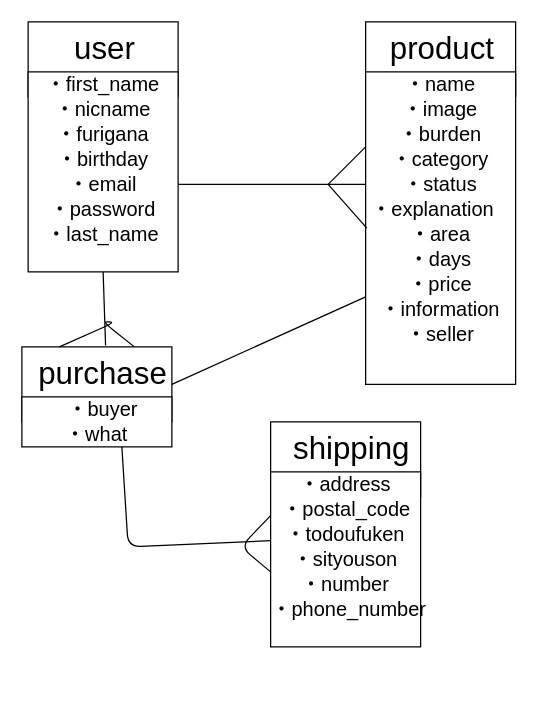
Above: zu.dio in sojiro1208/furima-35250 (draw.io), before the change. Source tidied: cells renumbered, new cells numbered last; positions are measured from the earlier drawing's top-left corner, leaving out a move shared by most shapes. Both pictures are drawn from the tidied source at 125%, with x=0, y=0 at pixel (21, 21).
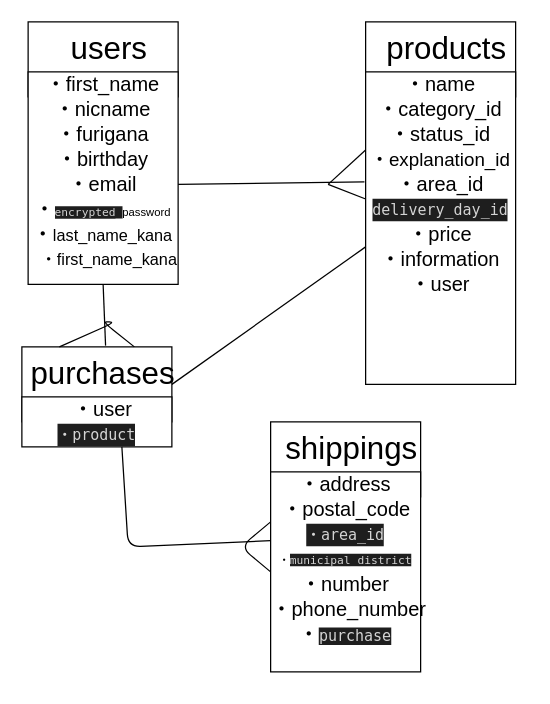
Above is the later version.

Unchanged cells that the change refers to:
```xml
<mxCell id="7" value="&lt;font style=&quot;font-size: 16px&quot;&gt;・email&lt;br&gt;&lt;/font&gt;" style="text;html=1;strokeColor=none;fillColor=none;align=center;verticalAlign=middle;whiteSpace=wrap;rounded=0;fontFamily=Helvetica;" parent="1" vertex="1">
  <mxGeometry x="5" y="120" width="120" height="20" as="geometry" />
</mxCell>
<mxCell id="13" style="rounded=0;whiteSpace=wrap;html=1;fontFamily=Helvetica;" parent="1" vertex="1">
  <mxGeometry x="275" y="40" width="120" height="250" as="geometry" />
</mxCell>
```

The edit, as a diff of the source:
```diff
@@
     <mxCell id="3" style="rounded=0;whiteSpace=wrap;html=1;" parent="1" vertex="1">
-      <mxGeometry x="5" y="40" width="120" height="160" as="geometry" />
+      <mxGeometry x="5" y="40" width="120" height="170" as="geometry" />
     </mxCell>
-    <mxCell id="4" value="&lt;font style=&quot;font-size: 25px&quot;&gt;user&amp;nbsp;&lt;/font&gt;" style="text;html=1;strokeColor=none;fillColor=none;align=center;verticalAlign=middle;whiteSpace=wrap;rounded=0;fontFamily=Helvetica;" parent="1" vertex="1">
+    <mxCell id="4" value="&lt;font style=&quot;font-size: 25px&quot;&gt;users&lt;/font&gt;" style="text;html=1;strokeColor=none;fillColor=none;align=center;verticalAlign=middle;whiteSpace=wrap;rounded=0;fontFamily=Helvetica;" parent="1" vertex="1">
       <mxGeometry x="5" y="10" width="130" height="20" as="geometry" />
     </mxCell>
@@
-    <mxCell id="8" value="&lt;span style=&quot;font-size: 16px&quot;&gt;・password&lt;/span&gt;" style="text;html=1;strokeColor=none;fillColor=none;align=center;verticalAlign=middle;whiteSpace=wrap;rounded=0;fontFamily=Helvetica;" parent="1" vertex="1">
+    <mxCell id="8" value="&lt;span style=&quot;font-size: 16px&quot;&gt;・&lt;/span&gt;&lt;font style=&quot;font-size: 9px&quot;&gt;&lt;span style=&quot;background-color: rgb(30 , 30 , 30) ; color: rgb(212 , 212 , 212) ; font-family: &amp;#34;menlo&amp;#34; , &amp;#34;monaco&amp;#34; , &amp;#34;courier new&amp;#34; , monospace&quot;&gt;encrypted_&lt;/span&gt;&lt;span&gt;password&lt;/span&gt;&lt;/font&gt;" style="text;html=1;strokeColor=none;fillColor=none;align=center;verticalAlign=middle;whiteSpace=wrap;rounded=0;fontFamily=Helvetica;" parent="1" vertex="1">
       <mxGeometry x="5" y="140" width="120" height="20" as="geometry" />
     </mxCell>
@@
-    <mxCell id="14" value="&lt;font style=&quot;font-size: 25px&quot;&gt;product&amp;nbsp;&lt;/font&gt;" style="text;html=1;strokeColor=none;fillColor=none;align=center;verticalAlign=middle;whiteSpace=wrap;rounded=0;fontFamily=Helvetica;" parent="1" vertex="1">
+    <mxCell id="14" value="&lt;font style=&quot;font-size: 25px&quot;&gt;products&lt;/font&gt;" style="text;html=1;strokeColor=none;fillColor=none;align=center;verticalAlign=middle;whiteSpace=wrap;rounded=0;fontFamily=Helvetica;" parent="1" vertex="1">
       <mxGeometry x="275" y="10" width="130" height="20" as="geometry" />
     </mxCell>
@@
-    <mxCell id="16" value="&lt;span style=&quot;font-size: 16px&quot;&gt;・status&lt;/span&gt;" style="text;html=1;strokeColor=none;fillColor=none;align=center;verticalAlign=middle;whiteSpace=wrap;rounded=0;fontFamily=Helvetica;" parent="1" vertex="1">
-      <mxGeometry x="275" y="120" width="120" height="20" as="geometry" />
+    <mxCell id="16" value="&lt;span style=&quot;font-size: 16px&quot;&gt;・status_id&lt;/span&gt;" style="text;html=1;strokeColor=none;fillColor=none;align=center;verticalAlign=middle;whiteSpace=wrap;rounded=0;fontFamily=Helvetica;" parent="1" vertex="1">
+      <mxGeometry x="275" y="80" width="120" height="20" as="geometry" />
     </mxCell>
-    <mxCell id="17" value="&lt;span style=&quot;font-size: 16px&quot;&gt;・category&lt;/span&gt;" style="text;html=1;strokeColor=none;fillColor=none;align=center;verticalAlign=middle;whiteSpace=wrap;rounded=0;fontFamily=Helvetica;" parent="1" vertex="1">
-      <mxGeometry x="275" y="100" width="120" height="20" as="geometry" />
+    <mxCell id="17" value="&lt;span style=&quot;font-size: 16px&quot;&gt;・category_id&lt;/span&gt;" style="text;html=1;strokeColor=none;fillColor=none;align=center;verticalAlign=middle;whiteSpace=wrap;rounded=0;fontFamily=Helvetica;" parent="1" vertex="1">
+      <mxGeometry x="275" y="60" width="120" height="20" as="geometry" />
     </mxCell>
-    <mxCell id="18" value="&lt;span style=&quot;font-size: 16px&quot;&gt;・burden&lt;/span&gt;" style="text;html=1;strokeColor=none;fillColor=none;align=center;verticalAlign=middle;whiteSpace=wrap;rounded=0;fontFamily=Helvetica;" parent="1" vertex="1">
-      <mxGeometry x="275" y="80" width="120" height="20" as="geometry" />
-    </mxCell>
-    <mxCell id="19" value="&lt;span style=&quot;font-size: 16px&quot;&gt;・image&lt;/span&gt;" style="text;html=1;strokeColor=none;fillColor=none;align=center;verticalAlign=middle;whiteSpace=wrap;rounded=0;fontFamily=Helvetica;" parent="1" vertex="1">
-      <mxGeometry x="275" y="60" width="120" height="20" as="geometry" />
-    </mxCell>
-    <mxCell id="20" value="&lt;span style=&quot;font-size: 16px&quot;&gt;・last_name&lt;/span&gt;" style="text;html=1;strokeColor=none;fillColor=none;align=center;verticalAlign=middle;whiteSpace=wrap;rounded=0;fontFamily=Helvetica;" parent="1" vertex="1">
+    <mxCell id="20" value="&lt;span style=&quot;font-size: 16px&quot;&gt;・&lt;/span&gt;&lt;font style=&quot;font-size: 13px&quot;&gt;last_name_kana&lt;/font&gt;" style="text;html=1;strokeColor=none;fillColor=none;align=center;verticalAlign=middle;whiteSpace=wrap;rounded=0;fontFamily=Helvetica;" parent="1" vertex="1">
       <mxGeometry x="5" y="160" width="120" height="20" as="geometry" />
     </mxCell>
-    <mxCell id="21" value="&lt;font style=&quot;font-size: 16px&quot;&gt;・days&lt;br&gt;&lt;/font&gt;" style="text;html=1;strokeColor=none;fillColor=none;align=center;verticalAlign=middle;whiteSpace=wrap;rounded=0;fontFamily=Helvetica;" parent="1" vertex="1">
-      <mxGeometry x="275" y="180" width="120" height="20" as="geometry" />
+    <mxCell id="21" value="&lt;font style=&quot;font-size: 16px&quot;&gt;&lt;div style=&quot;color: rgb(212 , 212 , 212) ; background-color: rgb(30 , 30 , 30) ; font-family: &amp;#34;menlo&amp;#34; , &amp;#34;monaco&amp;#34; , &amp;#34;courier new&amp;#34; , monospace ; font-size: 12px ; line-height: 18px&quot;&gt;delivery_day_id&lt;/div&gt;&lt;/font&gt;" style="text;html=1;strokeColor=none;fillColor=none;align=center;verticalAlign=middle;whiteSpace=wrap;rounded=0;fontFamily=Helvetica;" parent="1" vertex="1">
+      <mxGeometry x="275" y="140" width="120" height="20" as="geometry" />
     </mxCell>
-    <mxCell id="22" value="&lt;font style=&quot;font-size: 16px&quot;&gt;・area&lt;br&gt;&lt;/font&gt;" style="text;html=1;strokeColor=none;fillColor=none;align=center;verticalAlign=middle;whiteSpace=wrap;rounded=0;fontFamily=Helvetica;" parent="1" vertex="1">
-      <mxGeometry x="275" y="160" width="120" height="20" as="geometry" />
+    <mxCell id="22" value="&lt;font style=&quot;font-size: 16px&quot;&gt;・area_id&lt;br&gt;&lt;/font&gt;" style="text;html=1;strokeColor=none;fillColor=none;align=center;verticalAlign=middle;whiteSpace=wrap;rounded=0;fontFamily=Helvetica;" parent="1" vertex="1">
+      <mxGeometry x="275" y="120" width="120" height="20" as="geometry" />
     </mxCell>
-    <mxCell id="23" value="&lt;font style=&quot;font-size: 16px&quot;&gt;・explanation&lt;br&gt;&lt;/font&gt;" style="text;html=1;strokeColor=none;fillColor=none;align=center;verticalAlign=middle;whiteSpace=wrap;rounded=0;fontFamily=Helvetica;" parent="1" vertex="1">
-      <mxGeometry x="269" y="140" width="120" height="20" as="geometry" />
+    <mxCell id="23" value="&lt;font&gt;&lt;font style=&quot;font-size: 15px&quot;&gt;・explanation_id&lt;/font&gt;&lt;br&gt;&lt;/font&gt;" style="text;html=1;strokeColor=none;fillColor=none;align=center;verticalAlign=middle;whiteSpace=wrap;rounded=0;fontFamily=Helvetica;" parent="1" vertex="1">
+      <mxGeometry x="275" y="100" width="120" height="20" as="geometry" />
     </mxCell>
-    <mxCell id="24" value="&lt;font style=&quot;font-size: 16px&quot;&gt;・seller&lt;br&gt;&lt;/font&gt;" style="text;html=1;strokeColor=none;fillColor=none;align=center;verticalAlign=middle;whiteSpace=wrap;rounded=0;fontFamily=Helvetica;" parent="1" vertex="1">
-      <mxGeometry x="275" y="240" width="120" height="20" as="geometry" />
+    <mxCell id="24" value="&lt;font style=&quot;font-size: 16px&quot;&gt;・user&lt;br&gt;&lt;/font&gt;" style="text;html=1;strokeColor=none;fillColor=none;align=center;verticalAlign=middle;whiteSpace=wrap;rounded=0;fontFamily=Helvetica;" parent="1" vertex="1">
+      <mxGeometry x="275" y="200" width="120" height="20" as="geometry" />
     </mxCell>
     <mxCell id="25" value="&lt;font style=&quot;font-size: 16px&quot;&gt;・information&lt;br&gt;&lt;/font&gt;" style="text;html=1;strokeColor=none;fillColor=none;align=center;verticalAlign=middle;whiteSpace=wrap;rounded=0;fontFamily=Helvetica;" parent="1" vertex="1">
-      <mxGeometry x="275" y="220" width="120" height="20" as="geometry" />
+      <mxGeometry x="275" y="180" width="120" height="20" as="geometry" />
     </mxCell>
     <mxCell id="26" value="&lt;font style=&quot;font-size: 16px&quot;&gt;・price&lt;br&gt;&lt;/font&gt;" style="text;html=1;strokeColor=none;fillColor=none;align=center;verticalAlign=middle;whiteSpace=wrap;rounded=0;fontFamily=Helvetica;" parent="1" vertex="1">
-      <mxGeometry x="275" y="200" width="120" height="20" as="geometry" />
+      <mxGeometry x="275" y="160" width="120" height="20" as="geometry" />
     </mxCell>
@@
-    <mxCell id="29" value="&lt;span style=&quot;font-size: 25px&quot;&gt;purchase&lt;/span&gt;" style="text;html=1;strokeColor=none;fillColor=none;align=center;verticalAlign=middle;whiteSpace=wrap;rounded=0;fontFamily=Helvetica;" parent="1" vertex="1">
+    <mxCell id="29" value="&lt;span style=&quot;font-size: 25px&quot;&gt;purchases&lt;/span&gt;" style="text;html=1;strokeColor=none;fillColor=none;align=center;verticalAlign=middle;whiteSpace=wrap;rounded=0;fontFamily=Helvetica;" parent="1" vertex="1">
       <mxGeometry y="270" width="130" height="20" as="geometry" />
     </mxCell>
-    <mxCell id="30" value="&lt;span style=&quot;font-size: 16px&quot;&gt;・buyer&lt;/span&gt;" style="text;html=1;strokeColor=none;fillColor=none;align=center;verticalAlign=middle;whiteSpace=wrap;rounded=0;fontFamily=Helvetica;" parent="1" vertex="1">
+    <mxCell id="30" value="&lt;span style=&quot;font-size: 16px&quot;&gt;・user&lt;/span&gt;" style="text;html=1;strokeColor=none;fillColor=none;align=center;verticalAlign=middle;whiteSpace=wrap;rounded=0;fontFamily=Helvetica;" parent="1" vertex="1">
       <mxGeometry x="5" y="300" width="120" height="20" as="geometry" />
     </mxCell>
-    <mxCell id="31" value="&lt;span style=&quot;font-size: 16px&quot;&gt;・what&lt;/span&gt;" style="text;html=1;strokeColor=none;fillColor=none;align=center;verticalAlign=middle;whiteSpace=wrap;rounded=0;fontFamily=Helvetica;" parent="1" vertex="1">
+    <mxCell id="31" value="&lt;div style=&quot;color: rgb(212 , 212 , 212) ; background-color: rgb(30 , 30 , 30) ; font-family: &amp;#34;menlo&amp;#34; , &amp;#34;monaco&amp;#34; , &amp;#34;courier new&amp;#34; , monospace ; line-height: 18px&quot;&gt;・product&lt;/div&gt;" style="text;html=1;strokeColor=none;fillColor=none;align=center;verticalAlign=middle;whiteSpace=wrap;rounded=0;fontFamily=Helvetica;" parent="1" vertex="1">
       <mxGeometry x="20" y="320" width="80" height="20" as="geometry" />
     </mxCell>
@@
     <mxCell id="34" style="rounded=0;whiteSpace=wrap;html=1;" parent="1" vertex="1">
-      <mxGeometry x="199" y="360" width="120" height="140" as="geometry" />
+      <mxGeometry x="199" y="360" width="120" height="160" as="geometry" />
     </mxCell>
-    <mxCell id="35" value="&lt;span style=&quot;font-size: 25px&quot;&gt;shipping&lt;/span&gt;" style="text;html=1;strokeColor=none;fillColor=none;align=center;verticalAlign=middle;whiteSpace=wrap;rounded=0;fontFamily=Helvetica;" parent="1" vertex="1">
+    <mxCell id="35" value="&lt;span style=&quot;font-size: 25px&quot;&gt;shippings&lt;/span&gt;" style="text;html=1;strokeColor=none;fillColor=none;align=center;verticalAlign=middle;whiteSpace=wrap;rounded=0;fontFamily=Helvetica;" parent="1" vertex="1">
       <mxGeometry x="199" y="330" width="130" height="20" as="geometry" />
     </mxCell>
@@
-    <mxCell id="37" value="&lt;font style=&quot;font-size: 16px&quot;&gt;・sityouson&lt;/font&gt;" style="text;html=1;strokeColor=none;fillColor=none;align=center;verticalAlign=middle;whiteSpace=wrap;rounded=0;fontFamily=Helvetica;" parent="1" vertex="1">
+    <mxCell id="37" value="&lt;font style=&quot;font-size: 9px&quot;&gt;・&lt;span style=&quot;background-color: rgb(30 , 30 , 30) ; color: rgb(212 , 212 , 212) ; font-family: &amp;#34;menlo&amp;#34; , &amp;#34;monaco&amp;#34; , &amp;#34;courier new&amp;#34; , monospace&quot;&gt;municipal_district&lt;/span&gt;&lt;/font&gt;" style="text;html=1;strokeColor=none;fillColor=none;align=center;verticalAlign=middle;whiteSpace=wrap;rounded=0;fontFamily=Helvetica;" parent="1" vertex="1">
       <mxGeometry x="199" y="420" width="120" height="20" as="geometry" />
     </mxCell>
@@
-    <mxCell id="41" value="&lt;span style=&quot;font-size: 16px&quot;&gt;・todoufuken&lt;/span&gt;" style="text;html=1;strokeColor=none;fillColor=none;align=center;verticalAlign=middle;whiteSpace=wrap;rounded=0;fontFamily=Helvetica;" parent="1" vertex="1">
+    <mxCell id="41" value="&lt;div style=&quot;color: rgb(212 , 212 , 212) ; background-color: rgb(30 , 30 , 30) ; font-family: &amp;#34;menlo&amp;#34; , &amp;#34;monaco&amp;#34; , &amp;#34;courier new&amp;#34; , monospace ; line-height: 18px&quot;&gt;・area_id&lt;/div&gt;" style="text;html=1;strokeColor=none;fillColor=none;align=center;verticalAlign=middle;whiteSpace=wrap;rounded=0;fontFamily=Helvetica;" parent="1" vertex="1">
       <mxGeometry x="199" y="400" width="120" height="20" as="geometry" />
     </mxCell>
@@
-    <mxCell id="43" style="endArrow=none;html=1;fontFamily=Helvetica;entryX=0;entryY=0.5;entryDx=0;entryDy=0;exitX=1;exitY=0.5;exitDx=0;exitDy=0;" parent="1" edge="1" source="7" target="16">
+    <mxCell id="43" style="endArrow=none;html=1;fontFamily=Helvetica;entryX=-0.008;entryY=0.352;entryDx=0;entryDy=0;exitX=1;exitY=0.5;exitDx=0;exitDy=0;entryPerimeter=0;" parent="1" edge="1" source="7" target="13">
       <mxGeometry relative="1" as="geometry" />
     </mxCell>
-    <mxCell id="44" style="endArrow=none;html=1;fontFamily=Helvetica;entryX=0;entryY=1;entryDx=0;entryDy=0;" parent="1" edge="1" target="18">
+    <mxCell id="44" style="endArrow=none;html=1;fontFamily=Helvetica;entryX=0;entryY=0.25;entryDx=0;entryDy=0;" parent="1" edge="1" target="13">
       <mxGeometry relative="1" as="geometry">
         <mxPoint x="245" y="130" as="sourcePoint" />
       </mxGeometry>
     </mxCell>
-    <mxCell id="45" style="endArrow=none;html=1;fontFamily=Helvetica;entryX=0;entryY=1;entryDx=0;entryDy=0;exitX=0.058;exitY=1.25;exitDx=0;exitDy=0;exitPerimeter=0;" parent="1" edge="1" source="23">
+    <mxCell id="45" style="endArrow=none;html=1;fontFamily=Helvetica;entryX=0;entryY=1;entryDx=0;entryDy=0;" parent="1" edge="1" source="13">
       <mxGeometry relative="1" as="geometry">
         <mxPoint x="245" y="130" as="targetPoint" />
       </mxGeometry>
     </mxCell>
@@
+    <mxCell id="51" value="&lt;font style=&quot;font-size: 13px&quot;&gt;・first_name_kana&lt;/font&gt;" style="text;html=1;strokeColor=none;fillColor=none;align=center;verticalAlign=middle;whiteSpace=wrap;rounded=0;fontFamily=Helvetica;" parent="1" vertex="1">
+      <mxGeometry x="10" y="180" width="120" height="20" as="geometry" />
+    </mxCell>
+    <mxCell id="52" value="&lt;span style=&quot;font-size: 16px&quot;&gt;・&lt;/span&gt;&lt;span style=&quot;background-color: rgb(30 , 30 , 30) ; color: rgb(212 , 212 , 212) ; font-family: &amp;#34;menlo&amp;#34; , &amp;#34;monaco&amp;#34; , &amp;#34;courier new&amp;#34; , monospace&quot;&gt;purchase&lt;/span&gt;" style="text;html=1;strokeColor=none;fillColor=none;align=center;verticalAlign=middle;whiteSpace=wrap;rounded=0;fontFamily=Helvetica;" parent="1" vertex="1">
+      <mxGeometry x="196" y="480" width="126" height="20" as="geometry" />
+    </mxCell>
```
